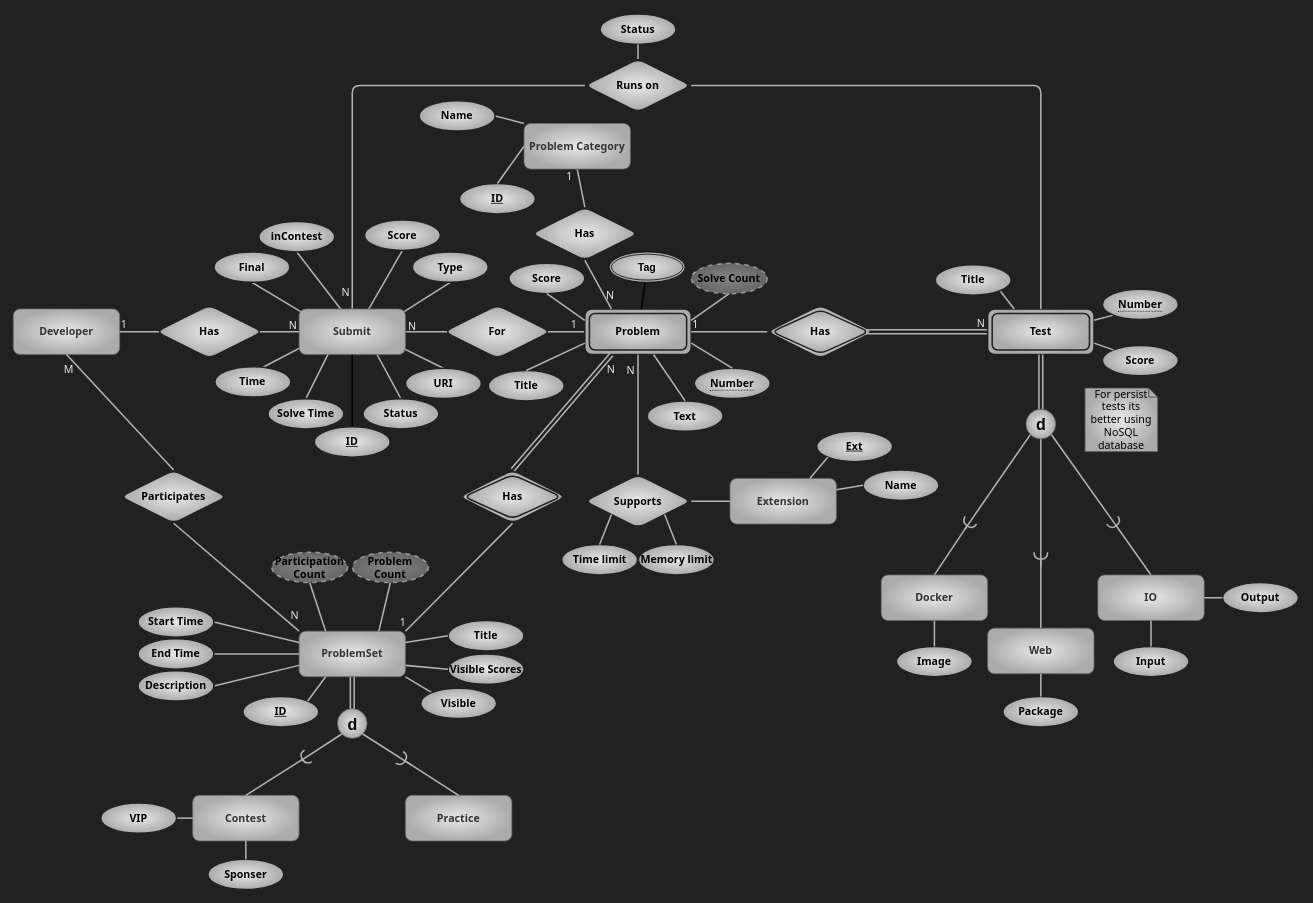
This is page "problemset" (4 of 5) of assets/er.drawio from kntu-db/quera-norm, a draw.io file, before an edit. Source tidied: cells renumbered, new cells numbered last; positions are measured from the earlier drawing's top-left corner, leaving out a move shared by most shapes. Both pictures are drawn from the tidied source at 76%, with x=0, y=0 at pixel (13, 14).
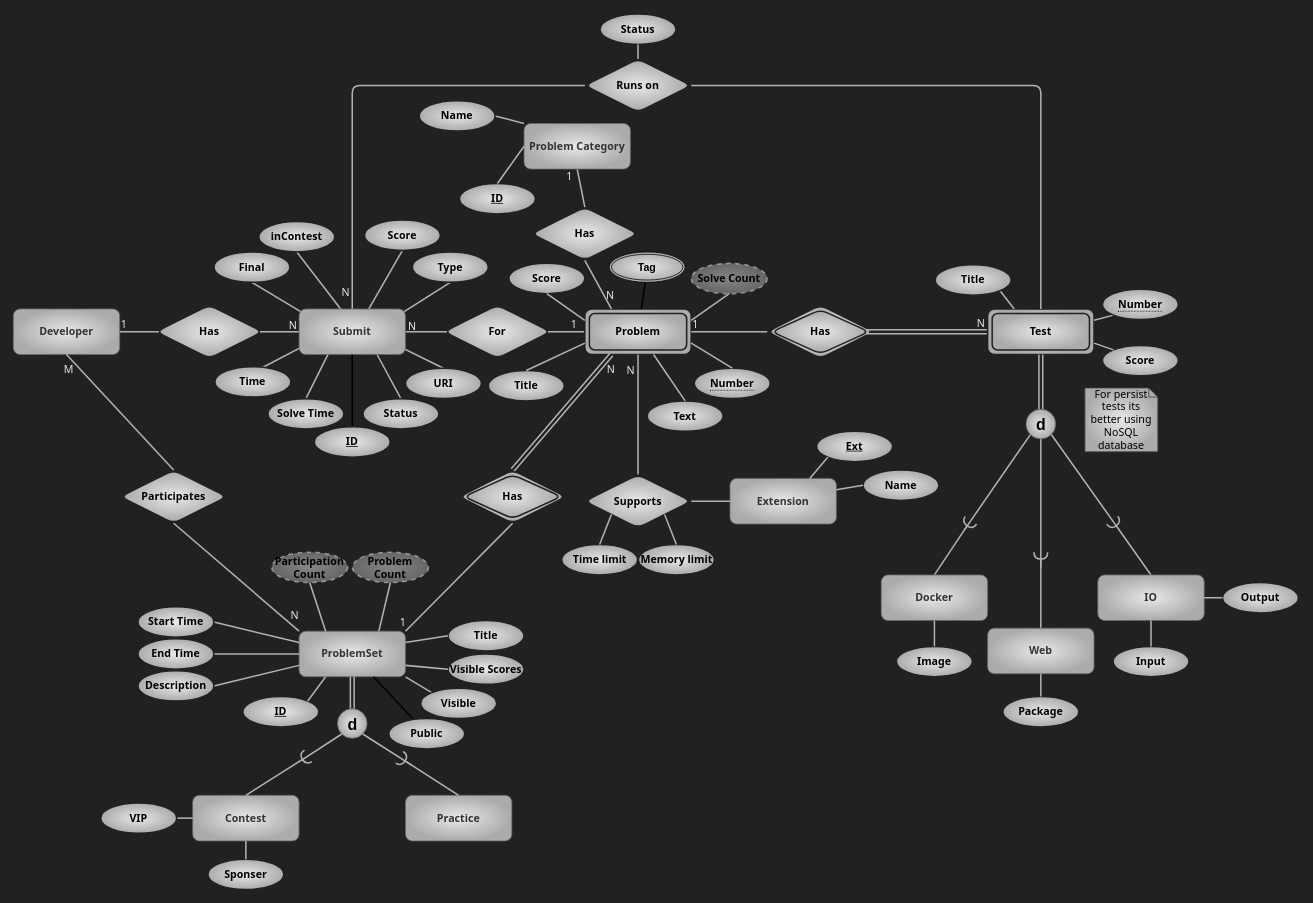
The same page after the edit.

Commit message (it also covers changes not shown here):
Public practices in problemset

Unchanged cells that the change refers to:
```xml
<mxCell id="71" value="ProblemSet" style="whiteSpace=wrap;html=1;align=center;fontFamily=Tahoma;rounded=1;fillColor=#E8E8E8;strokeColor=#666666;fontColor=#333333;gradientColor=#ABABAB;gradientDirection=radial;fontSize=14;labelBackgroundColor=none;fontStyle=1;" parent="1" vertex="1">
  <mxGeometry x="376" y="812" width="140" height="60" as="geometry" />
</mxCell>
```

Diff of the diagram source:
```diff
@@
+    <mxCell id="150" style="edgeStyle=none;html=1;endArrow=none;endFill=0;strokeWidth=2;" parent="1" edge="1" source="151" target="71">
+      <mxGeometry relative="1" as="geometry" />
+    </mxCell>
+    <mxCell id="151" value="Public" style="ellipse;whiteSpace=wrap;html=1;align=center;rounded=1;labelBackgroundColor=none;fontFamily=Tahoma;fontSize=14;fontColor=#000000;strokeColor=#212121;strokeWidth=2;fillColor=#E8E8E8;gradientColor=#ABABAB;gradientDirection=radial;fontStyle=1;" parent="1" vertex="1">
+      <mxGeometry x="494" y="927" width="100" height="40" as="geometry" />
+    </mxCell>
```
